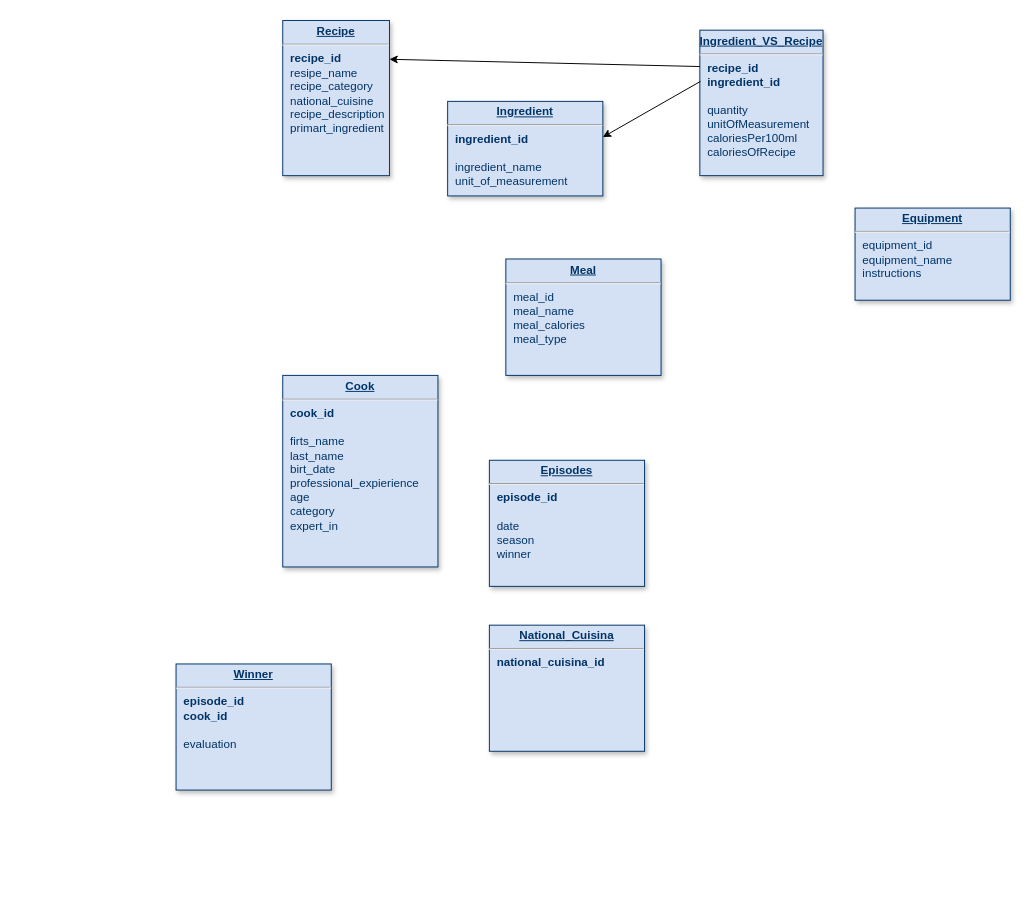
Above: Untitled Diagram.drawio in Silia030303/Data_Base_NTUA (draw.io), before the change. Source tidied: cells renumbered, new cells numbered last; positions are measured from the earlier drawing's top-left corner, leaving out a move shared by most shapes. Both pictures are drawn from the tidied source at 97%, with x=0, y=0 at pixel (176, 20).
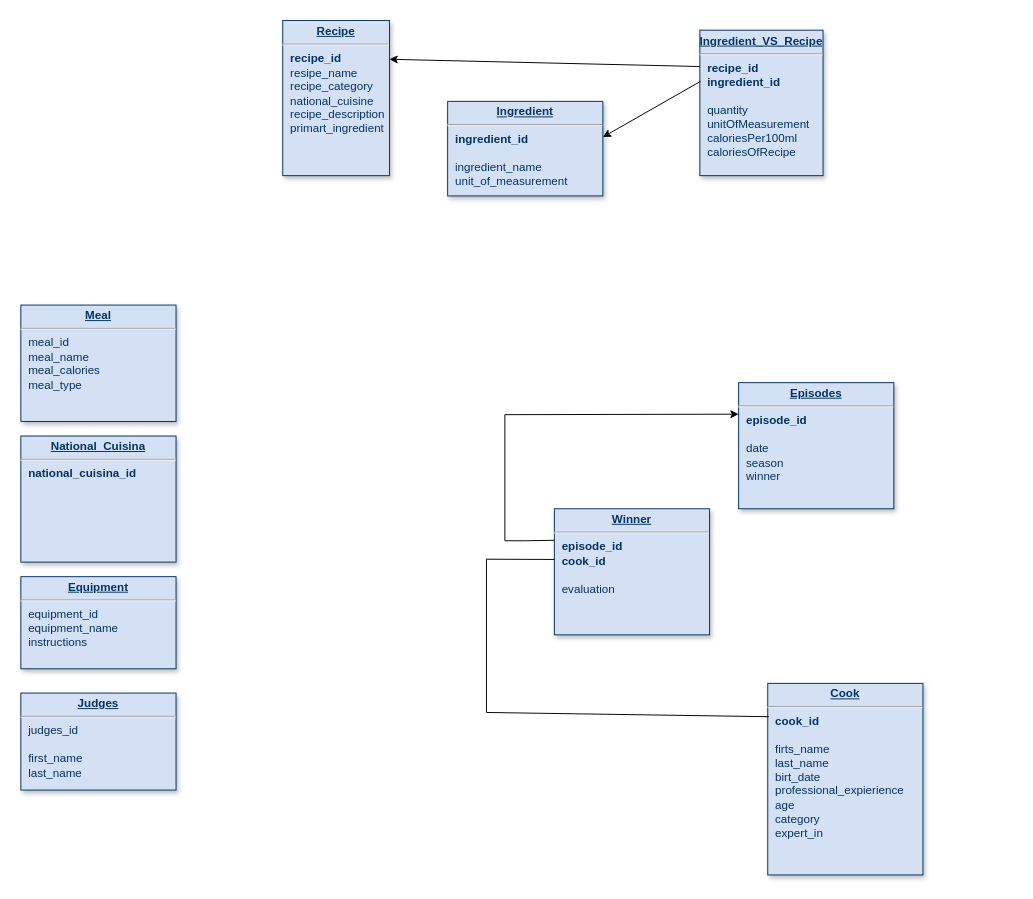
Above is the later version.

What changed in the source:
```diff
@@
 <mxGraphModel>
   <root>
     <mxCell id="0" />
     <mxCell id="1" parent="0" />
     <mxCell id="2" value="&lt;p style=&quot;margin: 0px; margin-top: 4px; text-align: center; text-decoration: underline;&quot;&gt;&lt;b&gt;Meal&lt;/b&gt;&lt;/p&gt;&lt;hr&gt;&lt;p style=&quot;margin: 0px; margin-left: 8px;&quot;&gt;meal_id&lt;br&gt;meal_name&lt;/p&gt;&lt;p style=&quot;margin: 0px; margin-left: 8px;&quot;&gt;meal_calories&lt;/p&gt;&lt;p style=&quot;margin: 0px; margin-left: 8px;&quot;&gt;meal_type&lt;/p&gt;" style="verticalAlign=top;align=left;overflow=fill;fontSize=12;fontFamily=Helvetica;html=1;strokeColor=#003366;shadow=1;fillColor=#D4E1F5;fontColor=#003366;" parent="1" vertex="1">
-      <mxGeometry x="340" y="245.5" width="160" height="120" as="geometry" />
+      <mxGeometry x="-160" y="293" width="160" height="120" as="geometry" />
     </mxCell>
     <mxCell id="3" value="&lt;p style=&quot;margin: 4px 0px 0px; text-align: center;&quot;&gt;&lt;b style=&quot;text-decoration-line: underline;&quot;&gt;In&lt;/b&gt;&lt;span style=&quot;background-color: initial; text-align: left;&quot;&gt;&lt;b&gt;&lt;u&gt;gredient&lt;/u&gt;&lt;/b&gt;&lt;/span&gt;&lt;/p&gt;&lt;hr&gt;&lt;p style=&quot;margin: 0px; margin-left: 8px;&quot;&gt;&lt;b&gt;ingredient_id&lt;/b&gt;&lt;/p&gt;&lt;p style=&quot;margin: 0px; margin-left: 8px;&quot;&gt;&lt;br&gt;&lt;/p&gt;&lt;p style=&quot;margin: 0px; margin-left: 8px;&quot;&gt;ingredient_name&amp;nbsp;&lt;/p&gt;&lt;p style=&quot;margin: 0px; margin-left: 8px;&quot;&gt;unit_of_measurement&lt;/p&gt;" style="verticalAlign=top;align=left;overflow=fill;fontSize=12;fontFamily=Helvetica;html=1;strokeColor=#003366;shadow=1;fillColor=#D4E1F5;fontColor=#003366;" parent="1" vertex="1">
       <mxGeometry x="280" y="83" width="160" height="97.5" as="geometry" />
     </mxCell>
     <mxCell id="4" value="&lt;p style=&quot;margin: 0px; margin-top: 4px; text-align: center; text-decoration: underline;&quot;&gt;&lt;b&gt;Equipment&lt;/b&gt;&lt;/p&gt;&lt;hr&gt;&lt;p style=&quot;margin: 0px; margin-left: 8px;&quot;&gt;equipment_id&lt;/p&gt;&lt;p style=&quot;margin: 0px; margin-left: 8px;&quot;&gt;equipment_name&amp;nbsp;&lt;/p&gt;&lt;p style=&quot;margin: 0px; margin-left: 8px;&quot;&gt;instructions&lt;/p&gt;" style="verticalAlign=top;align=left;overflow=fill;fontSize=12;fontFamily=Helvetica;html=1;strokeColor=#003366;shadow=1;fillColor=#D4E1F5;fontColor=#003366;" parent="1" vertex="1">
-      <mxGeometry x="700" y="193" width="160" height="95" as="geometry" />
+      <mxGeometry x="-160" y="573" width="160" height="95" as="geometry" />
     </mxCell>
     <mxCell id="5" value="&lt;p style=&quot;margin: 0px; margin-top: 4px; text-align: center; text-decoration: underline;&quot;&gt;&lt;b&gt;Ingredient_VS_Recipe&lt;/b&gt;&lt;/p&gt;&lt;hr&gt;&lt;p style=&quot;margin: 0px; margin-left: 8px;&quot;&gt;&lt;b&gt;recipe_id&lt;/b&gt;&lt;/p&gt;&lt;p style=&quot;margin: 0px; margin-left: 8px;&quot;&gt;&lt;b&gt;ingredient_id&lt;/b&gt;&lt;/p&gt;&lt;p style=&quot;margin: 0px; margin-left: 8px;&quot;&gt;&lt;br&gt;&lt;/p&gt;&lt;p style=&quot;margin: 0px; margin-left: 8px;&quot;&gt;quantity&amp;nbsp;&lt;/p&gt;&lt;p style=&quot;margin: 0px; margin-left: 8px;&quot;&gt;unitOfMeasurement&lt;/p&gt;&lt;p style=&quot;margin: 0px; margin-left: 8px;&quot;&gt;caloriesPer100ml&lt;/p&gt;&lt;p style=&quot;margin: 0px; margin-left: 8px;&quot;&gt;caloriesOfRecipe&lt;/p&gt;" style="verticalAlign=top;align=left;overflow=fill;fontSize=12;fontFamily=Helvetica;html=1;strokeColor=#003366;shadow=1;fillColor=#D4E1F5;fontColor=#003366;" parent="1" vertex="1">
       <mxGeometry x="540" y="9.6" width="127" height="150" as="geometry" />
     </mxCell>
     <mxCell id="6" value="&lt;p style=&quot;margin: 0px; margin-top: 4px; text-align: center; text-decoration: underline;&quot;&gt;&lt;b&gt;Recipe&lt;/b&gt;&lt;/p&gt;&lt;hr&gt;&lt;p style=&quot;margin: 0px; margin-left: 8px;&quot;&gt;&lt;b&gt;recipe_id&lt;/b&gt;&lt;/p&gt;&lt;p style=&quot;margin: 0px; margin-left: 8px;&quot;&gt;resipe_name&lt;/p&gt;&lt;p style=&quot;margin: 0px; margin-left: 8px;&quot;&gt;recipe_category&lt;/p&gt;&lt;p style=&quot;margin: 0px; margin-left: 8px;&quot;&gt;national_cuisine&lt;/p&gt;&lt;p style=&quot;margin: 0px; margin-left: 8px;&quot;&gt;recipe_description&lt;/p&gt;&lt;p style=&quot;margin: 0px; margin-left: 8px;&quot;&gt;primart_ingredient&lt;/p&gt;" style="verticalAlign=top;align=left;overflow=fill;fontSize=12;fontFamily=Helvetica;html=1;strokeColor=#003366;shadow=1;fillColor=#D4E1F5;fontColor=#003366;" parent="1" vertex="1">
       <mxGeometry x="110" y="-0.4" width="110" height="160" as="geometry" />
     </mxCell>
     <mxCell id="7" style="endArrow=classic;html=1;rounded=0;exitX=0;exitY=0.25;exitDx=0;exitDy=0;entryX=1;entryY=0.25;entryDx=0;entryDy=0;" parent="1" edge="1" source="5" target="6">
       <mxGeometry relative="1" as="geometry" />
     </mxCell>
     <mxCell id="8" style="endArrow=classic;html=1;rounded=0;exitX=0.005;exitY=0.352;exitDx=0;exitDy=0;exitPerimeter=0;entryX=1;entryY=0.378;entryDx=0;entryDy=0;entryPerimeter=0;" parent="1" edge="1" source="5" target="3">
       <mxGeometry relative="1" as="geometry" />
     </mxCell>
     <mxCell id="9" value="&lt;p style=&quot;margin: 0px; margin-top: 4px; text-align: center; text-decoration: underline;&quot;&gt;&lt;b&gt;Episodes&lt;/b&gt;&lt;/p&gt;&lt;hr&gt;&lt;p style=&quot;margin: 0px; margin-left: 8px;&quot;&gt;&lt;b&gt;episode_id&lt;/b&gt;&lt;/p&gt;&lt;p style=&quot;margin: 0px; margin-left: 8px;&quot;&gt;&lt;br&gt;&lt;/p&gt;&lt;p style=&quot;margin: 0px; margin-left: 8px;&quot;&gt;date&lt;/p&gt;&lt;p style=&quot;margin: 0px; margin-left: 8px;&quot;&gt;season&lt;/p&gt;&lt;p style=&quot;margin: 0px; margin-left: 8px;&quot;&gt;winner&lt;/p&gt;&lt;p style=&quot;margin: 0px; margin-left: 8px;&quot;&gt;&lt;br&gt;&lt;/p&gt;" style="verticalAlign=top;align=left;overflow=fill;fontSize=12;fontFamily=Helvetica;html=1;strokeColor=#003366;shadow=1;fillColor=#D4E1F5;fontColor=#003366;" parent="1" vertex="1">
-      <mxGeometry x="323" y="453" width="160" height="130" as="geometry" />
+      <mxGeometry x="580" y="373" width="160" height="130" as="geometry" />
     </mxCell>
     <mxCell id="10" value="&lt;p style=&quot;margin: 0px; margin-top: 4px; text-align: center; text-decoration: underline;&quot;&gt;&lt;b&gt;National_Cuisina&lt;/b&gt;&lt;/p&gt;&lt;hr&gt;&lt;p style=&quot;margin: 0px; margin-left: 8px;&quot;&gt;&lt;b&gt;national_cuisina_id&lt;/b&gt;&lt;/p&gt;&lt;p style=&quot;margin: 0px; margin-left: 8px;&quot;&gt;&lt;br&gt;&lt;/p&gt;&lt;p style=&quot;margin: 0px; margin-left: 8px;&quot;&gt;&lt;br&gt;&lt;/p&gt;" style="verticalAlign=top;align=left;overflow=fill;fontSize=12;fontFamily=Helvetica;html=1;strokeColor=#003366;shadow=1;fillColor=#D4E1F5;fontColor=#003366;" parent="1" vertex="1">
-      <mxGeometry x="323" y="623" width="160" height="130" as="geometry" />
+      <mxGeometry x="-160" y="428" width="160" height="130" as="geometry" />
     </mxCell>
     <mxCell id="11" value="&lt;p style=&quot;margin: 0px; margin-top: 4px; text-align: center; text-decoration: underline;&quot;&gt;&lt;b&gt;Winner&lt;/b&gt;&lt;/p&gt;&lt;hr&gt;&lt;p style=&quot;margin: 0px; margin-left: 8px;&quot;&gt;&lt;b&gt;episode_id&lt;/b&gt;&lt;/p&gt;&lt;p style=&quot;margin: 0px; margin-left: 8px;&quot;&gt;&lt;b&gt;cook_id&lt;/b&gt;&lt;/p&gt;&lt;p style=&quot;margin: 0px; margin-left: 8px;&quot;&gt;&lt;br&gt;&lt;/p&gt;&lt;p style=&quot;margin: 0px; margin-left: 8px;&quot;&gt;evaluation&lt;/p&gt;&lt;p style=&quot;margin: 0px; margin-left: 8px;&quot;&gt;&lt;br&gt;&lt;/p&gt;&lt;p style=&quot;margin: 0px; margin-left: 8px;&quot;&gt;&lt;br&gt;&lt;/p&gt;" style="verticalAlign=top;align=left;overflow=fill;fontSize=12;fontFamily=Helvetica;html=1;strokeColor=#003366;shadow=1;fillColor=#D4E1F5;fontColor=#003366;" parent="1" vertex="1">
-      <mxGeometry y="663" width="160" height="130" as="geometry" />
+      <mxGeometry x="390" y="503" width="160" height="130" as="geometry" />
     </mxCell>
     <mxCell id="12" value="&lt;p style=&quot;margin: 0px; margin-top: 4px; text-align: center; text-decoration: underline;&quot;&gt;&lt;b&gt;Cook&lt;/b&gt;&lt;/p&gt;&lt;hr&gt;&lt;p style=&quot;margin: 0px; margin-left: 8px;&quot;&gt;&lt;b&gt;cook_id&lt;/b&gt;&lt;/p&gt;&lt;p style=&quot;margin: 0px; margin-left: 8px;&quot;&gt;&lt;br&gt;&lt;/p&gt;&lt;p style=&quot;margin: 0px; margin-left: 8px;&quot;&gt;firts_name&lt;/p&gt;&lt;p style=&quot;margin: 0px; margin-left: 8px;&quot;&gt;last_name&lt;/p&gt;&lt;p style=&quot;margin: 0px; margin-left: 8px;&quot;&gt;birt_date&lt;/p&gt;&lt;p style=&quot;margin: 0px; margin-left: 8px;&quot;&gt;professional_expierience&lt;/p&gt;&lt;p style=&quot;margin: 0px; margin-left: 8px;&quot;&gt;age&lt;/p&gt;&lt;p style=&quot;margin: 0px; margin-left: 8px;&quot;&gt;category&lt;/p&gt;&lt;p style=&quot;margin: 0px; margin-left: 8px;&quot;&gt;expert_in&lt;/p&gt;&lt;p style=&quot;margin: 0px; margin-left: 8px;&quot;&gt;&lt;br&gt;&lt;/p&gt;" style="verticalAlign=top;align=left;overflow=fill;fontSize=12;fontFamily=Helvetica;html=1;strokeColor=#003366;shadow=1;fillColor=#D4E1F5;fontColor=#003366;" parent="1" vertex="1">
-      <mxGeometry x="110" y="365.5" width="160" height="197.5" as="geometry" />
+      <mxGeometry x="610" y="683" width="160" height="197.5" as="geometry" />
     </mxCell>
+    <mxCell id="13" style="endArrow=classic;html=1;rounded=0;exitX=0;exitY=0.25;exitDx=0;exitDy=0;entryX=0;entryY=0.25;entryDx=0;entryDy=0;" parent="1" edge="1" source="11" target="9">
+      <mxGeometry relative="1" as="geometry">
+        <Array as="points">
+          <mxPoint x="360" y="536" />
+          <mxPoint x="339" y="536" />
+          <mxPoint x="339" y="406" />
+        </Array>
+      </mxGeometry>
+    </mxCell>
+    <mxCell id="14" style="endArrow=none;html=1;rounded=0;entryX=0;entryY=0.402;entryDx=0;entryDy=0;entryPerimeter=0;exitX=0.007;exitY=0.174;exitDx=0;exitDy=0;exitPerimeter=0;" parent="1" edge="1" source="12" target="11">
+      <mxGeometry relative="1" as="geometry">
+        <Array as="points">
+          <mxPoint x="320" y="713" />
+          <mxPoint x="320" y="555" />
+        </Array>
+      </mxGeometry>
+    </mxCell>
+    <mxCell id="15" value="&lt;p style=&quot;margin: 4px 0px 0px; text-align: center;&quot;&gt;&lt;b style=&quot;text-decoration-line: underline;&quot;&gt;Jud&lt;/b&gt;&lt;span style=&quot;background-color: initial; text-align: left;&quot;&gt;&lt;b&gt;&lt;u&gt;g&lt;/u&gt;&lt;/b&gt;&lt;/span&gt;&lt;b style=&quot;text-decoration-line: underline; background-color: initial;&quot;&gt;es&lt;/b&gt;&lt;/p&gt;&lt;hr&gt;&lt;p style=&quot;margin: 0px; margin-left: 8px;&quot;&gt;judges_id&lt;/p&gt;&lt;p style=&quot;margin: 0px; margin-left: 8px;&quot;&gt;&lt;br&gt;&lt;/p&gt;&lt;p style=&quot;margin: 0px; margin-left: 8px;&quot;&gt;first_name&amp;nbsp;&lt;/p&gt;&lt;p style=&quot;margin: 0px; margin-left: 8px;&quot;&gt;last_name&lt;/p&gt;" style="verticalAlign=top;align=left;overflow=fill;fontSize=12;fontFamily=Helvetica;html=1;strokeColor=#003366;shadow=1;fillColor=#D4E1F5;fontColor=#003366;" parent="1" vertex="1">
+      <mxGeometry x="-160" y="693" width="160" height="100" as="geometry" />
+    </mxCell>
   </root>
 </mxGraphModel>
```
